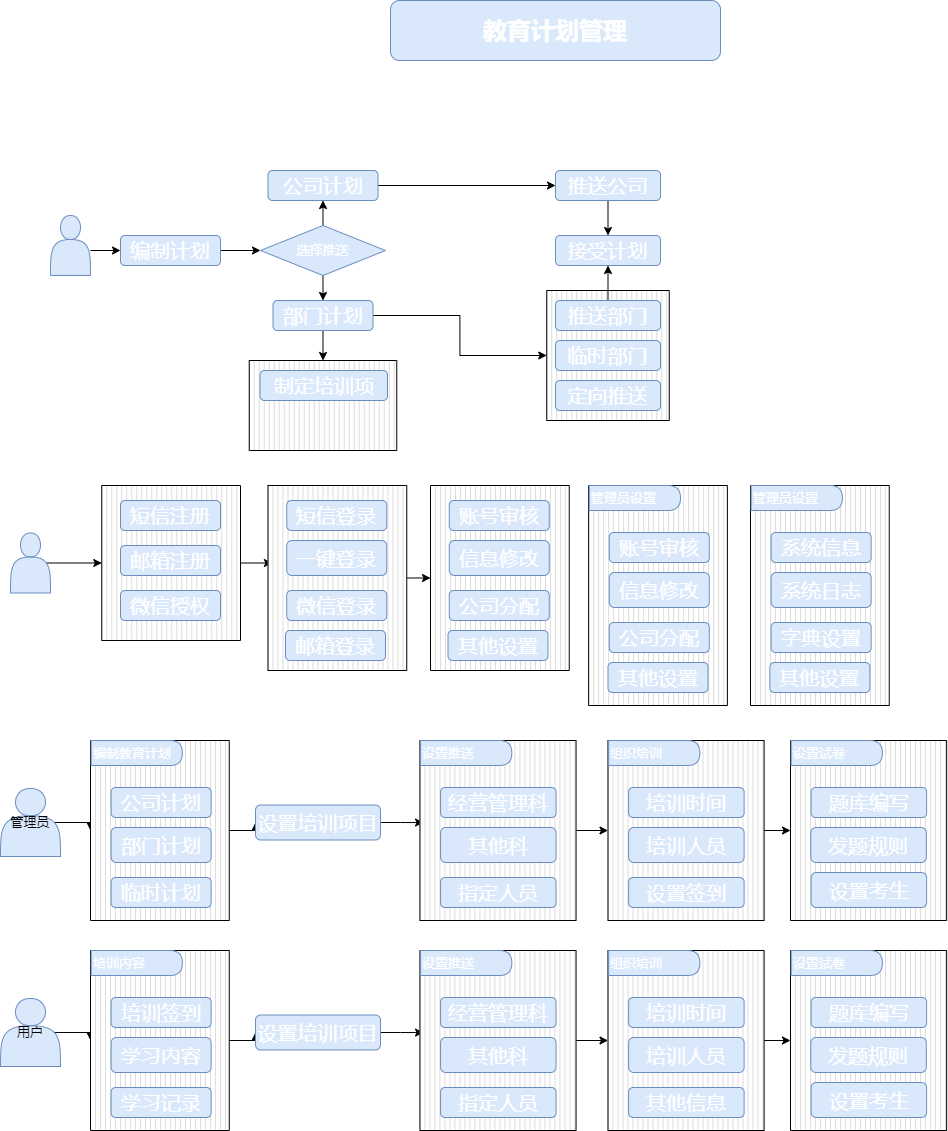
lenonjone/Toolkits keeps this draw.io diagram as Untitled Diagram.drawio.png. Above is the earlier version. Source tidied: cells renumbered, new cells last; positions are measured from the earlier drawing's top-left corner, leaving out a move shared by most shapes.
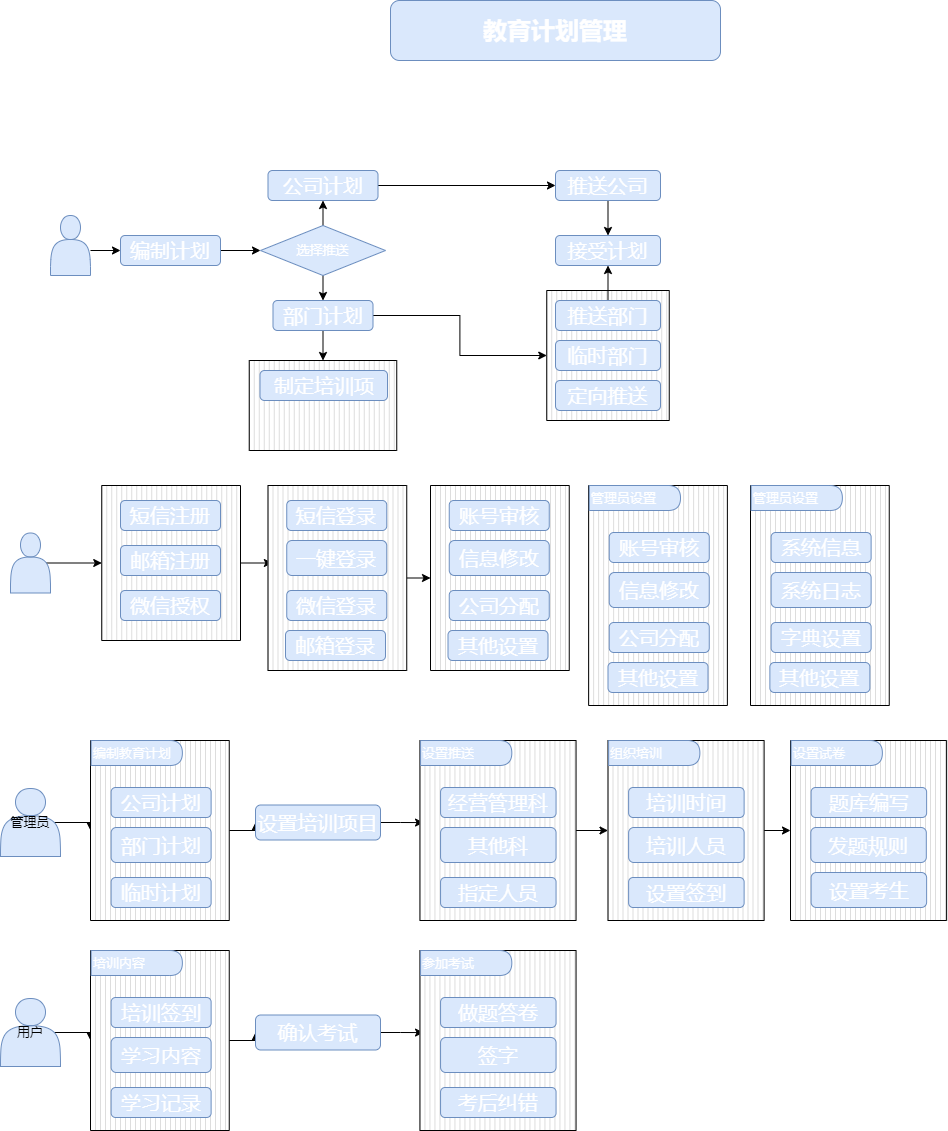
The same diagram one commit later.

The edit, as a diff of the source:
```diff
@@ -271,59 +271,23 @@
     <mxCell id="90" style="edgeStyle=orthogonalEdgeStyle;rounded=0;jettySize=auto;html=1;exitX=1;exitY=0.5;exitDx=0;exitDy=0;entryX=0.023;entryY=0.456;entryDx=0;entryDy=0;entryPerimeter=0;fontSize=13;fontColor=#FFFFFF;" parent="1" edge="1" source="91" target="93">
       <mxGeometry relative="1" as="geometry" />
     </mxCell>
-    <mxCell id="91" value="设置培训项目" style="rounded=1;whiteSpace=wrap;html=1;fillColor=#dae8fc;strokeColor=#6c8ebf;fontColor=#FFFFFF;fontStyle=0;fontSize=20;" parent="1" vertex="1">
+    <mxCell id="91" value="确认考试" style="rounded=1;whiteSpace=wrap;html=1;fillColor=#dae8fc;strokeColor=#6c8ebf;fontColor=#FFFFFF;fontStyle=0;fontSize=20;" parent="1" vertex="1">
       <mxGeometry x="255" y="1014.5" width="125" height="35" as="geometry" />
     </mxCell>
-    <mxCell id="92" style="edgeStyle=orthogonalEdgeStyle;rounded=0;jettySize=auto;html=1;exitX=1;exitY=0.5;exitDx=0;exitDy=0;exitPerimeter=0;entryX=0;entryY=0.5;entryDx=0;entryDy=0;entryPerimeter=0;fontSize=13;fontColor=#FFFFFF;" parent="1" edge="1" source="93" target="99">
-      <mxGeometry relative="1" as="geometry" />
-    </mxCell>
     <mxCell id="93" style="verticalLabelPosition=bottom;verticalAlign=top;html=1;shape=mxgraph.basic.patternFillRect;fillStyle=vert;step=5;fillStrokeWidth=0.2;fillStrokeColor=#dddddd;fontSize=13;fontColor=#FFFFFF;" parent="1" vertex="1">
       <mxGeometry x="419.4" y="950" width="156.1" height="180" as="geometry" />
     </mxCell>
-    <mxCell id="94" value="经营管理科" style="rounded=1;whiteSpace=wrap;html=1;fillColor=#dae8fc;strokeColor=#6c8ebf;fontColor=#FFFFFF;fontStyle=0;fontSize=20;" parent="1" vertex="1">
+    <mxCell id="94" value="做题答卷" style="rounded=1;whiteSpace=wrap;html=1;fillColor=#dae8fc;strokeColor=#6c8ebf;fontColor=#FFFFFF;fontStyle=0;fontSize=20;" parent="1" vertex="1">
       <mxGeometry x="440.1" y="997" width="115.5" height="30" as="geometry" />
     </mxCell>
-    <mxCell id="95" value="其他科" style="rounded=1;whiteSpace=wrap;html=1;fillColor=#dae8fc;strokeColor=#6c8ebf;fontColor=#FFFFFF;fontStyle=0;fontSize=20;" parent="1" vertex="1">
+    <mxCell id="95" value="签字" style="rounded=1;whiteSpace=wrap;html=1;fillColor=#dae8fc;strokeColor=#6c8ebf;fontColor=#FFFFFF;fontStyle=0;fontSize=20;" parent="1" vertex="1">
       <mxGeometry x="440.1" y="1037" width="115.5" height="35" as="geometry" />
     </mxCell>
-    <mxCell id="96" value="指定人员" style="rounded=1;whiteSpace=wrap;html=1;fillColor=#dae8fc;strokeColor=#6c8ebf;fontColor=#FFFFFF;fontStyle=0;fontSize=20;" parent="1" vertex="1">
+    <mxCell id="96" value="考后纠错" style="rounded=1;whiteSpace=wrap;html=1;fillColor=#dae8fc;strokeColor=#6c8ebf;fontColor=#FFFFFF;fontStyle=0;fontSize=20;" parent="1" vertex="1">
       <mxGeometry x="440.1" y="1087" width="115.5" height="30" as="geometry" />
     </mxCell>
-    <mxCell id="97" value="设置推送" style="shape=delay;whiteSpace=wrap;html=1;fontSize=13;align=left;fillColor=#dae8fc;strokeColor=#6c8ebf;fontColor=#FFFFFF;" parent="1" vertex="1">
+    <mxCell id="97" value="参加考试" style="shape=delay;whiteSpace=wrap;html=1;fontSize=13;align=left;fillColor=#dae8fc;strokeColor=#6c8ebf;fontColor=#FFFFFF;" parent="1" vertex="1">
       <mxGeometry x="420.1" y="950" width="91.2" height="25" as="geometry" />
     </mxCell>
-    <mxCell id="98" style="edgeStyle=orthogonalEdgeStyle;rounded=0;jettySize=auto;html=1;exitX=1;exitY=0.5;exitDx=0;exitDy=0;exitPerimeter=0;entryX=0;entryY=0.5;entryDx=0;entryDy=0;entryPerimeter=0;fontSize=13;fontColor=#FFFFFF;" parent="1" edge="1" source="99" target="104">
-      <mxGeometry relative="1" as="geometry" />
-    </mxCell>
-    <mxCell id="99" style="verticalLabelPosition=bottom;verticalAlign=top;html=1;shape=mxgraph.basic.patternFillRect;fillStyle=vert;step=5;fillStrokeWidth=0.2;fillStrokeColor=#dddddd;fontSize=13;fontColor=#FFFFFF;" parent="1" vertex="1">
-      <mxGeometry x="607.5" y="950" width="156.1" height="180" as="geometry" />
-    </mxCell>
-    <mxCell id="100" value="培训时间" style="rounded=1;whiteSpace=wrap;html=1;fillColor=#dae8fc;strokeColor=#6c8ebf;fontColor=#FFFFFF;fontStyle=0;fontSize=20;" parent="1" vertex="1">
-      <mxGeometry x="628.1" y="997" width="115.5" height="30" as="geometry" />
-    </mxCell>
-    <mxCell id="101" value="培训人员" style="rounded=1;whiteSpace=wrap;html=1;fillColor=#dae8fc;strokeColor=#6c8ebf;fontColor=#FFFFFF;fontStyle=0;fontSize=20;" parent="1" vertex="1">
-      <mxGeometry x="628.1" y="1037" width="115.5" height="35" as="geometry" />
-    </mxCell>
-    <mxCell id="102" value="其他信息" style="rounded=1;whiteSpace=wrap;html=1;fillColor=#dae8fc;strokeColor=#6c8ebf;fontColor=#FFFFFF;fontStyle=0;fontSize=20;" parent="1" vertex="1">
-      <mxGeometry x="628.1" y="1087" width="115.5" height="30" as="geometry" />
-    </mxCell>
-    <mxCell id="103" value="组织培训" style="shape=delay;whiteSpace=wrap;html=1;fontSize=13;align=left;fillColor=#dae8fc;strokeColor=#6c8ebf;fontColor=#FFFFFF;" parent="1" vertex="1">
-      <mxGeometry x="608.1" y="950" width="91.2" height="25" as="geometry" />
-    </mxCell>
-    <mxCell id="104" style="verticalLabelPosition=bottom;verticalAlign=top;html=1;shape=mxgraph.basic.patternFillRect;fillStyle=vert;step=5;fillStrokeWidth=0.2;fillStrokeColor=#dddddd;fontSize=13;fontColor=#FFFFFF;" parent="1" vertex="1">
-      <mxGeometry x="790" y="950" width="156.1" height="180" as="geometry" />
-    </mxCell>
-    <mxCell id="105" value="题库编写" style="rounded=1;whiteSpace=wrap;html=1;fillColor=#dae8fc;strokeColor=#6c8ebf;fontColor=#FFFFFF;fontStyle=0;fontSize=20;" parent="1" vertex="1">
-      <mxGeometry x="810.6" y="997" width="115.5" height="30" as="geometry" />
-    </mxCell>
-    <mxCell id="106" value="发题规则" style="rounded=1;whiteSpace=wrap;html=1;fillColor=#dae8fc;strokeColor=#6c8ebf;fontColor=#FFFFFF;fontStyle=0;fontSize=20;" parent="1" vertex="1">
-      <mxGeometry x="810.3" y="1037" width="115.5" height="35" as="geometry" />
-    </mxCell>
-    <mxCell id="107" value="设置试卷" style="shape=delay;whiteSpace=wrap;html=1;fontSize=13;align=left;fillColor=#dae8fc;strokeColor=#6c8ebf;fontColor=#FFFFFF;" parent="1" vertex="1">
-      <mxGeometry x="790.6" y="950" width="91.2" height="25" as="geometry" />
-    </mxCell>
-    <mxCell id="108" value="设置考生" style="rounded=1;whiteSpace=wrap;html=1;fillColor=#dae8fc;strokeColor=#6c8ebf;fontColor=#FFFFFF;fontStyle=0;fontSize=20;" parent="1" vertex="1">
-      <mxGeometry x="810.6" y="1082" width="115.5" height="35" as="geometry" />
-    </mxCell>
   </root>
 </mxGraphModel>
```
